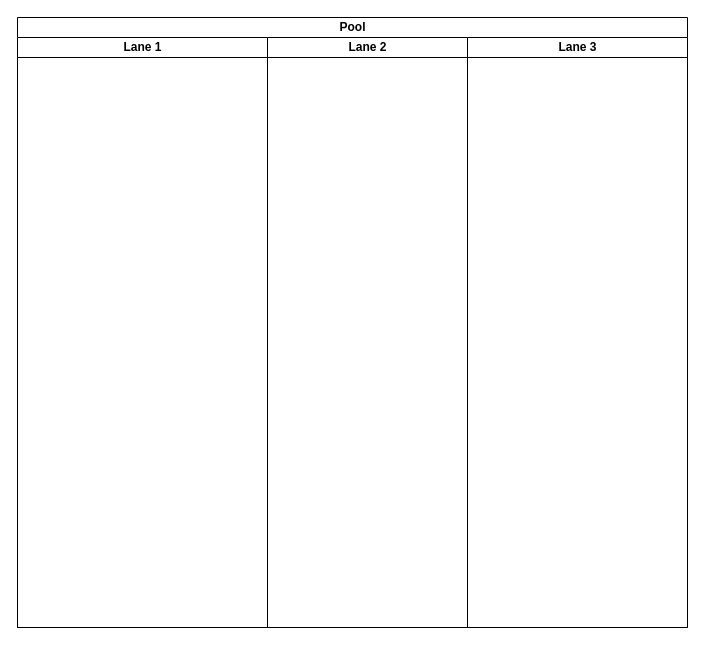
This is 报表Excel插件.drawio from stonefromsky/workflowchart, a draw.io file, before an edit. Source tidied: cells renumbered, new cells numbered last; positions are measured from the earlier drawing's top-left corner, leaving out a move shared by most shapes. Both pictures are drawn from the tidied source at 100%, with x=0, y=0 at pixel (17, 17).
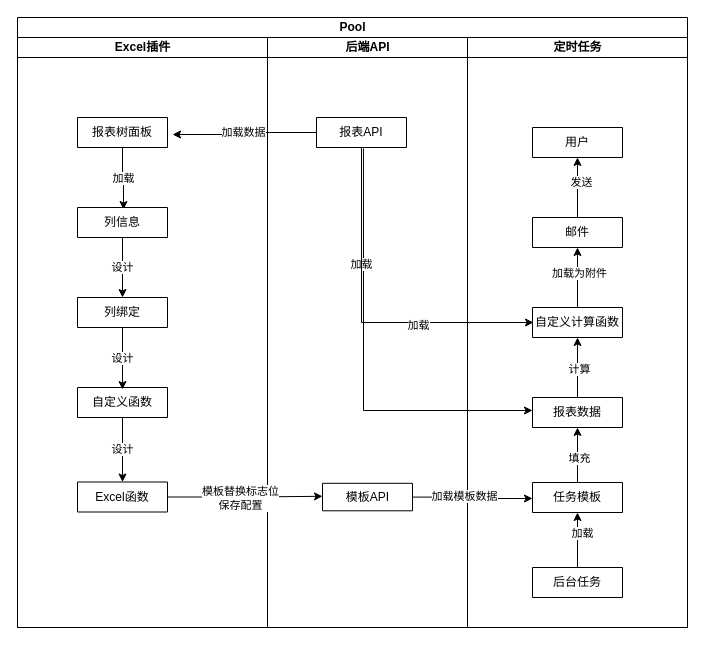
After the change.

The change refers to these unchanged cells:
```xml
<mxCell id="2" value="Pool" style="swimlane;startSize=20;html=1;" parent="1" vertex="1">
  <mxGeometry width="670" height="610" as="geometry" />
</mxCell>
```

What changed in the source:
```diff
@@
-    <mxCell id="3" value="Lane 1" style="swimlane;startSize=20;html=1;" parent="2" vertex="1">
+    <mxCell id="3" value="Excel插件" style="swimlane;startSize=20;html=1;" parent="2" vertex="1">
       <mxGeometry y="20" width="250" height="590" as="geometry" />
     </mxCell>
+    <mxCell id="6" value="加载" style="edgeStyle=orthogonalEdgeStyle;rounded=0;jettySize=auto;html=1;entryX=0.511;entryY=0.067;entryDx=0;entryDy=0;entryPerimeter=0;" parent="3" edge="1" source="7" target="9">
+      <mxGeometry relative="1" as="geometry" />
+    </mxCell>
+    <mxCell id="7" value="&lt;div&gt;报表树面板&lt;/div&gt;" style="verticalLabelPosition=middle;verticalAlign=middle;html=1;shape=mxgraph.basic.rect;fillColor2=none;strokeWidth=1;size=20;indent=5;whiteSpace=wrap;labelPosition=center;align=center;" parent="3" vertex="1">
+      <mxGeometry x="60" y="80" width="90" height="30" as="geometry" />
+    </mxCell>
+    <mxCell id="8" value="设计" style="edgeStyle=orthogonalEdgeStyle;rounded=0;jettySize=auto;html=1;" parent="3" edge="1" source="9" target="10">
+      <mxGeometry relative="1" as="geometry" />
+    </mxCell>
+    <mxCell id="9" value="&lt;div&gt;列信息&lt;/div&gt;" style="verticalLabelPosition=middle;verticalAlign=middle;html=1;shape=mxgraph.basic.rect;fillColor2=none;strokeWidth=1;size=20;indent=5;whiteSpace=wrap;labelPosition=center;align=center;" parent="3" vertex="1">
+      <mxGeometry x="60" y="170" width="90" height="30" as="geometry" />
+    </mxCell>
+    <mxCell id="10" value="&lt;div&gt;列&lt;span style=&quot;background-color: transparent; color: light-dark(rgb(0, 0, 0), rgb(255, 255, 255));&quot;&gt;绑定&lt;/span&gt;&lt;/div&gt;" style="verticalLabelPosition=middle;verticalAlign=middle;html=1;shape=mxgraph.basic.rect;fillColor2=none;strokeWidth=1;size=20;indent=5;whiteSpace=wrap;labelPosition=center;align=center;" parent="3" vertex="1">
+      <mxGeometry x="60" y="260" width="90" height="30" as="geometry" />
+    </mxCell>
+    <mxCell id="11" value="设计" style="edgeStyle=orthogonalEdgeStyle;rounded=0;jettySize=auto;html=1;" parent="3" edge="1" source="12" target="13">
+      <mxGeometry relative="1" as="geometry" />
+    </mxCell>
+    <mxCell id="12" value="&lt;div&gt;自定义函数&lt;/div&gt;" style="verticalLabelPosition=middle;verticalAlign=middle;html=1;shape=mxgraph.basic.rect;fillColor2=none;strokeWidth=1;size=20;indent=5;whiteSpace=wrap;labelPosition=center;align=center;" parent="3" vertex="1">
+      <mxGeometry x="60" y="350" width="90" height="30" as="geometry" />
+    </mxCell>
+    <mxCell id="13" value="&lt;div&gt;Excel函数&lt;/div&gt;" style="verticalLabelPosition=middle;verticalAlign=middle;html=1;shape=mxgraph.basic.rect;fillColor2=none;strokeWidth=1;size=20;indent=0;whiteSpace=wrap;labelPosition=center;align=center;" parent="3" vertex="1">
+      <mxGeometry x="60" y="444.5" width="90" height="30" as="geometry" />
+    </mxCell>
+    <mxCell id="14" value="设计" style="edgeStyle=orthogonalEdgeStyle;rounded=0;jettySize=auto;html=1;entryX=0.5;entryY=0.067;entryDx=0;entryDy=0;entryPerimeter=0;" parent="3" edge="1" source="10" target="12">
+      <mxGeometry relative="1" as="geometry" />
+    </mxCell>
-    <mxCell id="4" value="Lane 2" style="swimlane;startSize=20;html=1;" parent="2" vertex="1">
+    <mxCell id="4" value="后端API" style="swimlane;startSize=20;html=1;" parent="2" vertex="1">
       <mxGeometry x="250" y="20" width="200" height="590" as="geometry" />
     </mxCell>
+    <mxCell id="15" value="模板API" style="verticalLabelPosition=middle;verticalAlign=middle;html=1;shape=mxgraph.basic.rect;fillColor2=none;strokeWidth=1;size=20;indent=5;labelPosition=center;align=center;" parent="4" vertex="1">
+      <mxGeometry x="55" y="445.8" width="90" height="27.5" as="geometry" />
+    </mxCell>
+    <mxCell id="16" value="&lt;div&gt;报表API&lt;/div&gt;" style="verticalLabelPosition=middle;verticalAlign=middle;html=1;shape=mxgraph.basic.rect;fillColor2=none;strokeWidth=1;size=20;indent=5;whiteSpace=wrap;labelPosition=center;align=center;" parent="4" vertex="1">
+      <mxGeometry x="49" y="80" width="90" height="30" as="geometry" />
+    </mxCell>
-    <mxCell id="5" value="Lane 3" style="swimlane;startSize=20;html=1;" parent="2" vertex="1">
+    <mxCell id="5" value="定时任务" style="swimlane;startSize=20;html=1;" parent="2" vertex="1">
       <mxGeometry x="450" y="20" width="220" height="590" as="geometry" />
     </mxCell>
+    <mxCell id="17" style="edgeStyle=orthogonalEdgeStyle;rounded=0;jettySize=auto;html=1;" parent="5" edge="1" source="19" target="22">
+      <mxGeometry relative="1" as="geometry" />
+    </mxCell>
+    <mxCell id="18" value="加载" style="edgeLabel;html=1;align=center;verticalAlign=middle;" parent="17" vertex="1">
+      <mxGeometry x="0.27" y="-4" relative="1" as="geometry" />
+    </mxCell>
+    <mxCell id="19" value="后台任务" style="verticalLabelPosition=middle;verticalAlign=middle;html=1;shape=mxgraph.basic.rect;fillColor2=none;strokeWidth=1;size=20;indent=5;whiteSpace=wrap;labelPosition=center;align=center;" parent="5" vertex="1">
+      <mxGeometry x="65" y="530" width="90" height="30" as="geometry" />
+    </mxCell>
+    <mxCell id="20" style="edgeStyle=orthogonalEdgeStyle;rounded=0;jettySize=auto;html=1;" parent="5" edge="1" source="22" target="23">
+      <mxGeometry relative="1" as="geometry" />
+    </mxCell>
+    <mxCell id="21" value="填充" style="edgeLabel;html=1;align=center;verticalAlign=middle;" parent="20" vertex="1">
+      <mxGeometry x="-0.09" y="-1" relative="1" as="geometry" />
+    </mxCell>
+    <mxCell id="22" value="任务模板" style="verticalLabelPosition=middle;verticalAlign=middle;html=1;shape=mxgraph.basic.rect;fillColor2=none;strokeWidth=1;size=20;indent=5;whiteSpace=wrap;labelPosition=center;align=center;" parent="5" vertex="1">
+      <mxGeometry x="65" y="445" width="90" height="30" as="geometry" />
+    </mxCell>
+    <mxCell id="23" value="报表数据" style="verticalLabelPosition=middle;verticalAlign=middle;html=1;shape=mxgraph.basic.rect;fillColor2=none;strokeWidth=1;size=20;indent=5;whiteSpace=wrap;labelPosition=center;align=center;" parent="5" vertex="1">
+      <mxGeometry x="65" y="360" width="90" height="30" as="geometry" />
+    </mxCell>
+    <mxCell id="24" style="edgeStyle=orthogonalEdgeStyle;rounded=0;jettySize=auto;html=1;" parent="5" edge="1" source="26" target="31">
+      <mxGeometry relative="1" as="geometry" />
+    </mxCell>
+    <mxCell id="25" value="加载为附件" style="edgeLabel;html=1;align=center;verticalAlign=middle;" parent="24" vertex="1">
+      <mxGeometry x="0.17" y="-1" relative="1" as="geometry" />
+    </mxCell>
+    <mxCell id="26" value="自定义计算函数" style="verticalLabelPosition=middle;verticalAlign=middle;html=1;shape=mxgraph.basic.rect;fillColor2=none;strokeWidth=1;size=20;indent=5;whiteSpace=wrap;labelPosition=center;align=center;" parent="5" vertex="1">
+      <mxGeometry x="65" y="270" width="90" height="30" as="geometry" />
+    </mxCell>
+    <mxCell id="27" style="edgeStyle=orthogonalEdgeStyle;rounded=0;jettySize=auto;html=1;" parent="5" edge="1" source="23">
+      <mxGeometry relative="1" as="geometry">
+        <mxPoint x="110" y="300" as="targetPoint" />
+      </mxGeometry>
+    </mxCell>
+    <mxCell id="28" value="计算" style="edgeLabel;html=1;align=center;verticalAlign=middle;" parent="27" vertex="1">
+      <mxGeometry x="-0.03" y="-1" relative="1" as="geometry" />
+    </mxCell>
+    <mxCell id="29" style="edgeStyle=orthogonalEdgeStyle;rounded=0;jettySize=auto;html=1;" parent="5" edge="1" source="31" target="32">
+      <mxGeometry relative="1" as="geometry" />
+    </mxCell>
+    <mxCell id="30" value="发送" style="edgeLabel;html=1;align=center;verticalAlign=middle;" parent="29" vertex="1">
+      <mxGeometry x="0.2" y="-3" relative="1" as="geometry" />
+    </mxCell>
+    <mxCell id="31" value="邮件" style="verticalLabelPosition=middle;verticalAlign=middle;html=1;shape=mxgraph.basic.rect;fillColor2=none;strokeWidth=1;size=20;indent=5;whiteSpace=wrap;labelPosition=center;align=center;" parent="5" vertex="1">
+      <mxGeometry x="65" y="180" width="90" height="30" as="geometry" />
+    </mxCell>
+    <mxCell id="32" value="用户" style="verticalLabelPosition=middle;verticalAlign=middle;html=1;shape=mxgraph.basic.rect;fillColor2=none;strokeWidth=1;size=20;indent=5;whiteSpace=wrap;labelPosition=center;align=center;" parent="5" vertex="1">
+      <mxGeometry x="65" y="90" width="90" height="30" as="geometry" />
+    </mxCell>
+    <mxCell id="33" value="加载数据" style="edgeStyle=orthogonalEdgeStyle;rounded=0;jettySize=auto;html=1;entryX=1.056;entryY=0.567;entryDx=0;entryDy=0;entryPerimeter=0;" parent="2" edge="1" source="16" target="7">
+      <mxGeometry relative="1" as="geometry" />
+    </mxCell>
+    <mxCell id="34" style="edgeStyle=orthogonalEdgeStyle;rounded=0;jettySize=auto;html=1;entryX=0;entryY=0.473;entryDx=0;entryDy=0;entryPerimeter=0;" parent="2" edge="1" source="13" target="15">
+      <mxGeometry relative="1" as="geometry" />
+    </mxCell>
+    <mxCell id="35" value="模板替换标志位&lt;div&gt;保存配置&lt;/div&gt;" style="edgeLabel;html=1;align=center;verticalAlign=middle;" parent="34" vertex="1">
+      <mxGeometry x="-0.06" y="-1" relative="1" as="geometry">
+        <mxPoint x="-1" as="offset" />
+      </mxGeometry>
+    </mxCell>
+    <mxCell id="36" style="edgeStyle=orthogonalEdgeStyle;rounded=0;jettySize=auto;html=1;entryX=0;entryY=0.533;entryDx=0;entryDy=0;entryPerimeter=0;" parent="2" edge="1" source="15" target="22">
+      <mxGeometry relative="1" as="geometry" />
+    </mxCell>
+    <mxCell id="37" value="加载模板数据" style="edgeLabel;html=1;align=center;verticalAlign=middle;" parent="36" vertex="1">
+      <mxGeometry x="-0.16" y="1" relative="1" as="geometry" />
+    </mxCell>
+    <mxCell id="38" style="edgeStyle=orthogonalEdgeStyle;rounded=0;jettySize=auto;html=1;entryX=0;entryY=0.433;entryDx=0;entryDy=0;entryPerimeter=0;exitX=0.522;exitY=1.033;exitDx=0;exitDy=0;exitPerimeter=0;" parent="2" edge="1" source="16" target="23">
+      <mxGeometry relative="1" as="geometry" />
+    </mxCell>
+    <mxCell id="39" value="加载" style="edgeLabel;html=1;align=center;verticalAlign=middle;" parent="38" vertex="1">
+      <mxGeometry x="-0.46" y="-2" relative="1" as="geometry" />
+    </mxCell>
+    <mxCell id="40" style="edgeStyle=orthogonalEdgeStyle;rounded=0;jettySize=auto;html=1;entryX=0.011;entryY=0.5;entryDx=0;entryDy=0;entryPerimeter=0;exitX=0.5;exitY=1;exitDx=0;exitDy=0;exitPerimeter=0;" parent="2" edge="1" source="16" target="26">
+      <mxGeometry relative="1" as="geometry" />
+    </mxCell>
+    <mxCell id="41" value="加载" style="edgeLabel;html=1;align=center;verticalAlign=middle;" parent="40" vertex="1">
+      <mxGeometry x="0.33" y="-2" relative="1" as="geometry" />
+    </mxCell>
```
